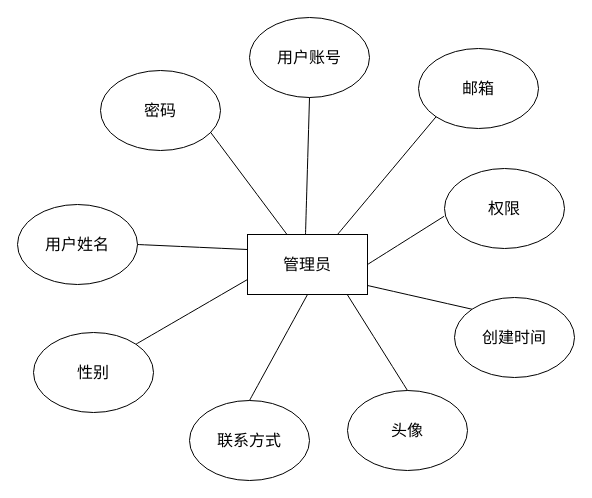
Earlier version of the draw.io diagram 未命名绘图.drawio (GDSFASF/ChatGPT-Next-Web). Source tidied: cells renumbered, new cells numbered last; positions are measured from the earlier drawing's top-left corner, leaving out a move shared by most shapes. Both pictures are drawn from the tidied source at 100%, with x=0, y=0 at pixel (17, 17).
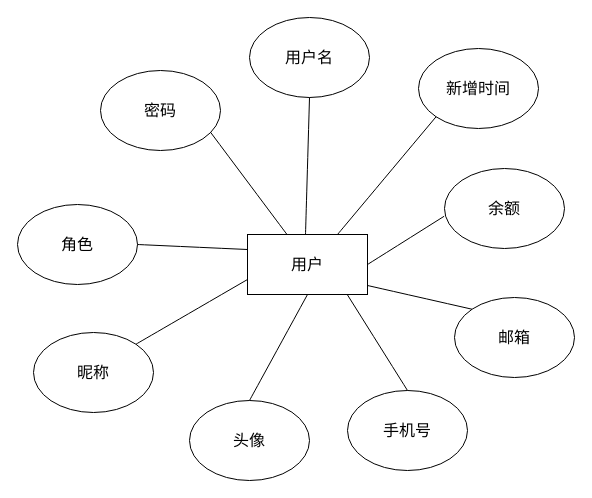
The same page after the edit.

Diff of the diagram source:
```diff
@@
-    <mxCell id="2" value="管理员" style="rounded=0;whiteSpace=wrap;html=1;fontSize=16;" parent="1" vertex="1">
+    <mxCell id="2" value="用户" style="rounded=0;whiteSpace=wrap;html=1;fontSize=16;" parent="1" vertex="1">
       <mxGeometry x="230" y="217" width="120" height="60" as="geometry" />
     </mxCell>
@@
-    <mxCell id="4" value="用户账号" style="ellipse;whiteSpace=wrap;html=1;fontSize=16;" parent="1" vertex="1">
+    <mxCell id="4" value="用户名" style="ellipse;whiteSpace=wrap;html=1;fontSize=16;" parent="1" vertex="1">
       <mxGeometry x="232" width="120" height="80" as="geometry" />
     </mxCell>
-    <mxCell id="5" value="邮箱" style="ellipse;whiteSpace=wrap;html=1;fontSize=16;" parent="1" vertex="1">
+    <mxCell id="5" value="新增时间" style="ellipse;whiteSpace=wrap;html=1;fontSize=16;" parent="1" vertex="1">
       <mxGeometry x="401" y="31" width="120" height="80" as="geometry" />
     </mxCell>
@@
-    <mxCell id="7" value="用户姓名" style="ellipse;whiteSpace=wrap;html=1;fontSize=16;" parent="1" vertex="1">
+    <mxCell id="7" value="角色" style="ellipse;whiteSpace=wrap;html=1;fontSize=16;" parent="1" vertex="1">
       <mxGeometry y="187" width="120" height="80" as="geometry" />
     </mxCell>
-    <mxCell id="8" value="性别" style="ellipse;whiteSpace=wrap;html=1;fontSize=16;" parent="1" vertex="1">
+    <mxCell id="8" value="昵称" style="ellipse;whiteSpace=wrap;html=1;fontSize=16;" parent="1" vertex="1">
       <mxGeometry x="16" y="315" width="120" height="80" as="geometry" />
     </mxCell>
-    <mxCell id="9" value="联系方式" style="ellipse;whiteSpace=wrap;html=1;fontSize=16;" parent="1" vertex="1">
+    <mxCell id="9" value="头像" style="ellipse;whiteSpace=wrap;html=1;fontSize=16;" parent="1" vertex="1">
       <mxGeometry x="172" y="383" width="120" height="80" as="geometry" />
     </mxCell>
-    <mxCell id="10" value="头像" style="ellipse;whiteSpace=wrap;html=1;fontSize=16;" parent="1" vertex="1">
+    <mxCell id="10" value="手机号" style="ellipse;whiteSpace=wrap;html=1;fontSize=16;" parent="1" vertex="1">
       <mxGeometry x="330" y="373" width="120" height="80" as="geometry" />
     </mxCell>
-    <mxCell id="11" value="创建时间" style="ellipse;whiteSpace=wrap;html=1;fontSize=16;" parent="1" vertex="1">
+    <mxCell id="11" value="邮箱" style="ellipse;whiteSpace=wrap;html=1;fontSize=16;" parent="1" vertex="1">
       <mxGeometry x="437" y="280" width="120" height="80" as="geometry" />
     </mxCell>
-    <mxCell id="12" value="权限" style="ellipse;whiteSpace=wrap;html=1;fontSize=16;" parent="1" vertex="1">
+    <mxCell id="12" value="余额" style="ellipse;whiteSpace=wrap;html=1;fontSize=16;" parent="1" vertex="1">
       <mxGeometry x="427" y="151" width="120" height="80" as="geometry" />
     </mxCell>
```
